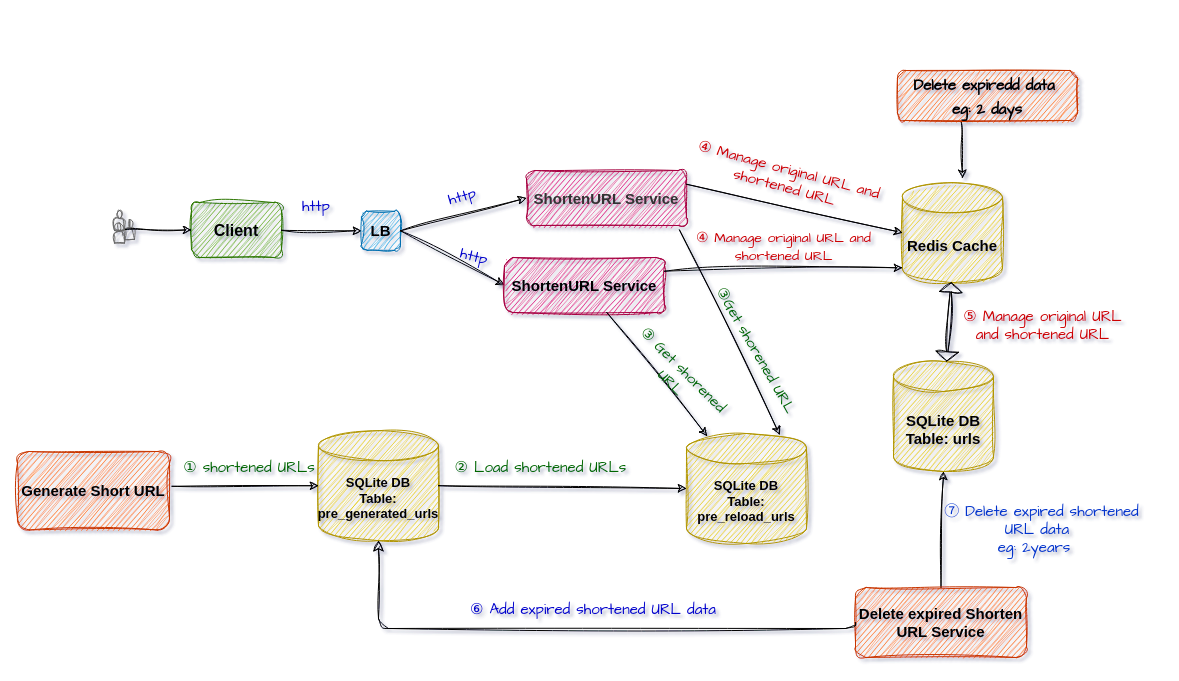
Above: tinyurlFlow.drawio in anankayami/newTinyurl (draw.io), before the change. Source tidied: cells renumbered, new cells numbered last; positions are measured from the earlier drawing's top-left corner, leaving out a move shared by most shapes. Both pictures are drawn from the tidied source at 100%, with x=0, y=0 at pixel (17, 70).
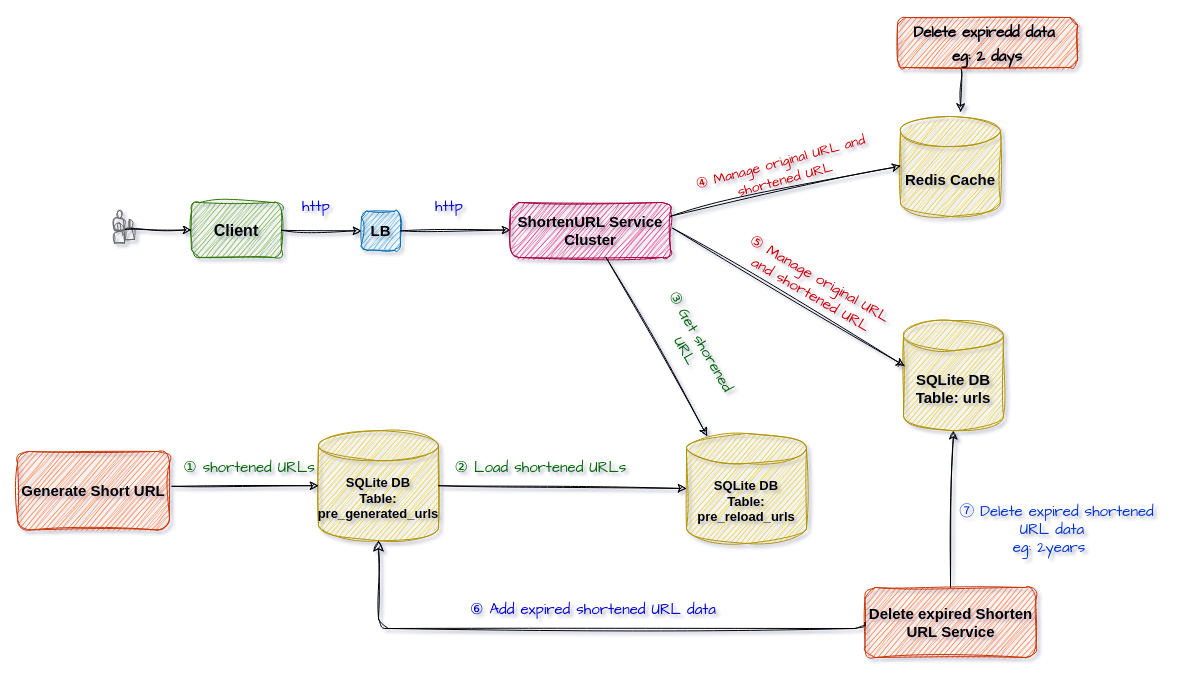
Above is the later version.

Unchanged cells that the change refers to:
```xml
<mxCell id="8" value="&lt;font size=&quot;1&quot; color=&quot;#000000&quot;&gt;&lt;b style=&quot;font-size: 15px;&quot;&gt;LB&lt;/b&gt;&lt;/font&gt;" style="whiteSpace=wrap;html=1;fillColor=#1ba1e2;strokeColor=#006EAF;rounded=1;sketch=1;curveFitting=1;jiggle=2;fontColor=#ffffff;" parent="1" vertex="1">
  <mxGeometry x="344" y="140.8" width="39" height="39" as="geometry" />
</mxCell>
<mxCell id="20" value="&lt;font style=&quot;font-size: 13px;&quot; color=&quot;#060505&quot;&gt;&lt;b&gt;SQLite DB&lt;br&gt;Table: pre_reload_urls&lt;/b&gt;&lt;br&gt;&lt;/font&gt;" style="shape=cylinder3;whiteSpace=wrap;html=1;boundedLbl=1;backgroundOutline=1;size=15;fillColor=#e3c800;strokeColor=#B09500;rounded=1;sketch=1;curveFitting=1;jiggle=2;fontColor=#000000;" parent="1" vertex="1">
  <mxGeometry x="669" y="363" width="120" height="110" as="geometry" />
</mxCell>
```

The edit, as a diff of the source:
```diff
@@
-    <mxCell id="9" style="endArrow=classic;html=1;exitX=1;exitY=0.5;exitDx=0;exitDy=0;strokeColor=#000000;entryX=0;entryY=0.5;entryDx=0;entryDy=0;rounded=1;sketch=1;curveFitting=1;jiggle=2;" parent="1" edge="1" source="8" target="11">
-      <mxGeometry relative="1" as="geometry" />
-    </mxCell>
@@
-    <mxCell id="11" value="&lt;p style=&quot;margin: 0mm; text-align: justify; font-family: 游明朝, serif; color: rgb(0, 0, 0);&quot; class=&quot;MsoNormal&quot;&gt;&lt;span style=&quot;color: rgb(51, 51, 51); font-family: Helvetica; text-align: center;&quot;&gt;&lt;b&gt;&lt;font style=&quot;font-size: 15px;&quot;&gt;ShortenURL Service&lt;/font&gt;&lt;/b&gt;&lt;/span&gt;&lt;br&gt;&lt;/p&gt;" style="rounded=1;whiteSpace=wrap;html=1;fillColor=#d80073;strokeColor=#A50040;sketch=1;curveFitting=1;jiggle=2;fontColor=#ffffff;" parent="1" vertex="1">
-      <mxGeometry x="509" y="100" width="160" height="55" as="geometry" />
-    </mxCell>
-    <mxCell id="12" value="&lt;font size=&quot;1&quot; color=&quot;#000000&quot;&gt;&lt;b style=&quot;font-size: 15px;&quot;&gt;ShortenURL Service&lt;/b&gt;&lt;/font&gt;" style="rounded=1;whiteSpace=wrap;html=1;fillColor=#d80073;strokeColor=#A50040;sketch=1;curveFitting=1;jiggle=2;fontColor=#ffffff;" parent="1" vertex="1">
-      <mxGeometry x="487" y="187" width="160" height="55" as="geometry" />
+    <mxCell id="12" value="&lt;font size=&quot;1&quot; color=&quot;#000000&quot;&gt;&lt;b style=&quot;font-size: 15px;&quot;&gt;ShortenURL Service Cluster&lt;/b&gt;&lt;/font&gt;" style="rounded=1;whiteSpace=wrap;html=1;fillColor=#d80073;strokeColor=#A50040;sketch=1;curveFitting=1;jiggle=2;fontColor=#ffffff;" parent="1" vertex="1">
+      <mxGeometry x="493" y="132" width="160" height="55" as="geometry" />
     </mxCell>
@@
     <mxCell id="14" value="&lt;font size=&quot;1&quot; color=&quot;#060505&quot;&gt;&lt;b style=&quot;font-size: 15px;&quot;&gt;Redis Cache&lt;/b&gt;&lt;/font&gt;" style="shape=cylinder3;whiteSpace=wrap;html=1;boundedLbl=1;backgroundOutline=1;size=15;fillColor=#e3c800;strokeColor=#B09500;rounded=1;sketch=1;curveFitting=1;jiggle=2;fontColor=#000000;" parent="1" vertex="1">
-      <mxGeometry x="885" y="112.2" width="100" height="100" as="geometry" />
+      <mxGeometry x="883" y="46" width="100" height="100" as="geometry" />
     </mxCell>
@@
     <mxCell id="16" value="&lt;font style=&quot;font-size: 15px;&quot; color=&quot;#060505&quot;&gt;&lt;b&gt;SQLite DB&lt;br&gt;Table: urls&lt;/b&gt;&lt;br&gt;&lt;/font&gt;" style="shape=cylinder3;whiteSpace=wrap;html=1;boundedLbl=1;backgroundOutline=1;size=15;fillColor=#e3c800;strokeColor=#B09500;rounded=1;sketch=1;curveFitting=1;jiggle=2;fontColor=#000000;" parent="1" vertex="1">
-      <mxGeometry x="876" y="291" width="100" height="110" as="geometry" />
+      <mxGeometry x="886" y="250.2" width="100" height="110" as="geometry" />
     </mxCell>
-    <mxCell id="17" style="endArrow=classic;html=1;exitX=1;exitY=0.25;exitDx=0;exitDy=0;strokeColor=#000000;entryX=0;entryY=0.5;entryDx=0;entryDy=0;entryPerimeter=0;rounded=1;sketch=1;curveFitting=1;jiggle=2;" parent="1" edge="1" source="11" target="14">
-      <mxGeometry relative="1" as="geometry" />
-    </mxCell>
-    <mxCell id="18" style="endArrow=classic;html=1;exitX=1;exitY=0.25;exitDx=0;exitDy=0;strokeColor=#000000;entryX=0;entryY=1;entryDx=0;entryDy=-15;entryPerimeter=0;rounded=1;sketch=1;curveFitting=1;jiggle=2;" parent="1" edge="1" source="12" target="14">
+    <mxCell id="18" style="endArrow=classic;html=1;exitX=1;exitY=0.25;exitDx=0;exitDy=0;strokeColor=#000000;entryX=0.003;entryY=0.494;entryDx=0;entryDy=0;entryPerimeter=0;rounded=1;sketch=1;curveFitting=1;jiggle=2;" parent="1" edge="1" source="12" target="14">
       <mxGeometry relative="1" as="geometry" />
     </mxCell>
     <mxCell id="19" value="&lt;font size=&quot;1&quot; color=&quot;#000000&quot;&gt;&lt;b style=&quot;font-size: 15px;&quot;&gt;Delete expired Shorten URL Service&lt;/b&gt;&lt;/font&gt;" style="whiteSpace=wrap;html=1;fillColor=#fa6800;strokeColor=#C73500;rounded=1;sketch=1;curveFitting=1;jiggle=2;fontColor=#000000;" parent="1" vertex="1">
-      <mxGeometry x="838" y="517" width="171" height="70" as="geometry" />
+      <mxGeometry x="847.5" y="517" width="171" height="70" as="geometry" />
     </mxCell>
@@
-    <mxCell id="22" style="endArrow=classic;html=1;strokeColor=#000000;exitX=0.956;exitY=1.08;exitDx=0;exitDy=0;exitPerimeter=0;rounded=1;sketch=1;curveFitting=1;jiggle=2;entryX=0.777;entryY=0.012;entryDx=0;entryDy=0;entryPerimeter=0;" parent="1" edge="1" source="11" target="20">
-      <mxGeometry relative="1" as="geometry" />
-    </mxCell>
@@
-    <mxCell id="30" value="&lt;font color=&quot;#0000cc&quot;&gt;http&lt;/font&gt;" style="text;html=1;strokeColor=none;fillColor=none;align=center;verticalAlign=middle;whiteSpace=wrap;rounded=0;sketch=1;hachureGap=4;jiggle=2;curveFitting=1;fontFamily=Architects Daughter;fontSize=15;rotation=-15;" parent="1" vertex="1">
-      <mxGeometry x="415" y="110.8" width="60" height="30" as="geometry" />
-    </mxCell>
-    <mxCell id="31" value="&lt;font color=&quot;#0000cc&quot;&gt;http&lt;/font&gt;" style="text;html=1;strokeColor=none;fillColor=none;align=center;verticalAlign=middle;whiteSpace=wrap;rounded=0;sketch=1;hachureGap=4;jiggle=2;curveFitting=1;fontFamily=Architects Daughter;fontSize=15;rotation=15;" parent="1" vertex="1">
-      <mxGeometry x="427" y="171" width="60" height="30" as="geometry" />
+    <mxCell id="31" value="&lt;font color=&quot;#0000cc&quot;&gt;http&lt;/font&gt;" style="text;html=1;strokeColor=none;fillColor=none;align=center;verticalAlign=middle;whiteSpace=wrap;rounded=0;sketch=1;hachureGap=4;jiggle=2;curveFitting=1;fontFamily=Architects Daughter;fontSize=15;rotation=0;" parent="1" vertex="1">
+      <mxGeometry x="402" y="121" width="60" height="30" as="geometry" />
     </mxCell>
-    <mxCell id="32" value="&lt;font color=&quot;#cc0000&quot;&gt;④ Manage original URL and shortened URL&lt;/font&gt;" style="text;html=1;strokeColor=none;fillColor=none;align=center;verticalAlign=middle;whiteSpace=wrap;rounded=0;sketch=1;hachureGap=4;jiggle=2;curveFitting=1;fontFamily=Architects Daughter;fontSize=15;rotation=15;" parent="1" vertex="1">
-      <mxGeometry x="669" y="75.8" width="201" height="65" as="geometry" />
-    </mxCell>
-    <mxCell id="33" style="shape=flexArrow;endArrow=classic;startArrow=classic;html=1;sketch=1;hachureGap=4;jiggle=2;curveFitting=1;fontFamily=Architects Daughter;fontSize=15;fontColor=#0000CC;entryX=0.488;entryY=0.996;entryDx=0;entryDy=0;entryPerimeter=0;width=1.25;startSize=2.7624999999999997;strokeColor=#000000;endSize=2.7624999999999997;" parent="1" edge="1" source="16" target="14">
-      <mxGeometry relative="1" as="geometry" />
-    </mxCell>
-    <mxCell id="34" value="&lt;font color=&quot;#006600&quot;&gt;③Get shorened URL&lt;/font&gt;" style="text;html=1;strokeColor=none;fillColor=none;align=center;verticalAlign=middle;whiteSpace=wrap;rounded=0;sketch=1;hachureGap=4;jiggle=2;curveFitting=1;fontFamily=Architects Daughter;fontSize=15;rotation=60;" parent="1" vertex="1">
-      <mxGeometry x="666" y="265" width="146" height="30" as="geometry" />
-    </mxCell>
-    <mxCell id="35" value="&lt;font color=&quot;#006600&quot;&gt;③ Get shorened URL&lt;/font&gt;" style="text;html=1;strokeColor=none;fillColor=none;align=center;verticalAlign=middle;whiteSpace=wrap;rounded=0;sketch=1;hachureGap=4;jiggle=2;curveFitting=1;fontFamily=Architects Daughter;fontSize=15;rotation=45;" parent="1" vertex="1">
-      <mxGeometry x="587" y="291" width="146" height="30" as="geometry" />
+    <mxCell id="35" value="&lt;font color=&quot;#006600&quot;&gt;③ Get shorened URL&lt;/font&gt;" style="text;html=1;strokeColor=none;fillColor=none;align=center;verticalAlign=middle;whiteSpace=wrap;rounded=0;sketch=1;hachureGap=4;jiggle=2;curveFitting=1;fontFamily=Architects Daughter;fontSize=15;rotation=60;" parent="1" vertex="1">
+      <mxGeometry x="603" y="261" width="146" height="30" as="geometry" />
     </mxCell>
-    <mxCell id="36" value="&lt;font style=&quot;font-size: 14px;&quot; color=&quot;#cc0000&quot;&gt;④ Manage original URL and shortened URL&lt;/font&gt;" style="text;html=1;strokeColor=none;fillColor=none;align=center;verticalAlign=middle;whiteSpace=wrap;rounded=0;sketch=1;hachureGap=4;jiggle=2;curveFitting=1;fontFamily=Architects Daughter;fontSize=15;rotation=0;" parent="1" vertex="1">
-      <mxGeometry x="666" y="143" width="201" height="65" as="geometry" />
+    <mxCell id="36" value="&lt;font style=&quot;font-size: 14px;&quot; color=&quot;#cc0000&quot;&gt;④ Manage original URL and shortened URL&lt;/font&gt;" style="text;html=1;strokeColor=none;fillColor=none;align=center;verticalAlign=middle;whiteSpace=wrap;rounded=0;sketch=1;hachureGap=4;jiggle=2;curveFitting=1;fontFamily=Architects Daughter;fontSize=15;rotation=-15;" parent="1" vertex="1">
+      <mxGeometry x="665" y="67" width="201" height="65" as="geometry" />
     </mxCell>
@@
     <mxCell id="38" value="&lt;font color=&quot;#0033cc&quot;&gt;　⑦ Delete expired shortened&lt;br&gt;&amp;nbsp;URL data&lt;br&gt;eg: 2years&lt;/font&gt;" style="text;html=1;strokeColor=none;fillColor=none;align=center;verticalAlign=middle;whiteSpace=wrap;rounded=0;sketch=1;hachureGap=4;jiggle=2;curveFitting=1;fontFamily=Architects Daughter;fontSize=15;rotation=0;" parent="1" vertex="1">
-      <mxGeometry x="910" y="419" width="213.5" height="80" as="geometry" />
+      <mxGeometry x="925" y="419" width="213.5" height="80" as="geometry" />
     </mxCell>
@@
-    <mxCell id="40" value="&lt;font color=&quot;#cc0000&quot;&gt;⑤ Manage original URL and shortened URL&lt;/font&gt;" style="text;html=1;strokeColor=none;fillColor=none;align=center;verticalAlign=middle;whiteSpace=wrap;rounded=0;sketch=1;hachureGap=4;jiggle=2;curveFitting=1;fontFamily=Architects Daughter;fontSize=15;rotation=0;" parent="1" vertex="1">
-      <mxGeometry x="943" y="228" width="164.5" height="53" as="geometry" />
+    <mxCell id="40" value="&lt;font color=&quot;#cc0000&quot;&gt;⑤ Manage original URL and shortened URL&lt;/font&gt;" style="text;html=1;strokeColor=none;fillColor=none;align=center;verticalAlign=middle;whiteSpace=wrap;rounded=0;sketch=1;hachureGap=4;jiggle=2;curveFitting=1;fontFamily=Architects Daughter;fontSize=15;rotation=30;" parent="1" vertex="1">
+      <mxGeometry x="715.5" y="189" width="164.5" height="53" as="geometry" />
     </mxCell>
     <mxCell id="41" value="&lt;font size=&quot;1&quot;&gt;&lt;b style=&quot;font-size: 15px;&quot;&gt;Delete expiredd data&amp;nbsp;&lt;br&gt;eg: 2 days&lt;br&gt;&lt;/b&gt;&lt;/font&gt;" style="whiteSpace=wrap;html=1;fillColor=#fa6800;strokeColor=#C73500;fontColor=#000000;rounded=1;sketch=1;curveFitting=1;jiggle=2;hachureGap=4;fontFamily=Architects Daughter;fontSize=20;" parent="1" vertex="1">
-      <mxGeometry x="880" width="180" height="50" as="geometry" />
+      <mxGeometry x="880" y="-53" width="180" height="50" as="geometry" />
     </mxCell>
@@
+    <mxCell id="43" style="endArrow=classic;html=1;exitX=1.013;exitY=0.467;exitDx=0;exitDy=0;strokeColor=#000000;entryX=0.013;entryY=0.412;entryDx=0;entryDy=0;entryPerimeter=0;rounded=1;sketch=1;curveFitting=1;jiggle=2;exitPerimeter=0;" parent="1" edge="1" source="12" target="16">
+      <mxGeometry relative="1" as="geometry" />
+    </mxCell>
```
